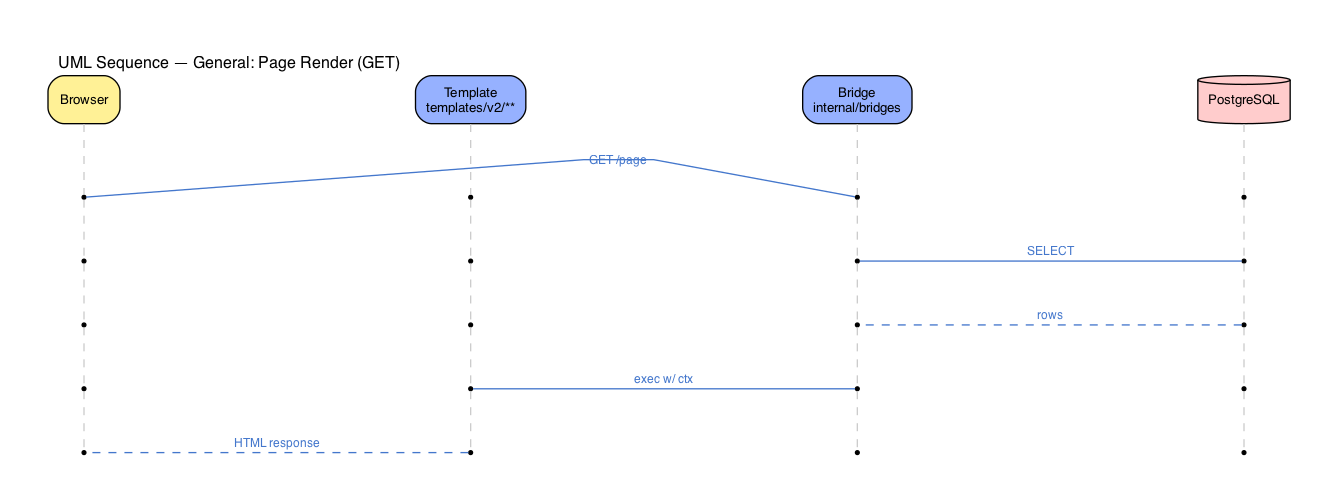
This is docs/flow_general.png from CFF4HA/Dashboard, a Graphviz export, as it was before one commit. Its source is kept beside it as docs/flow_general.dot.
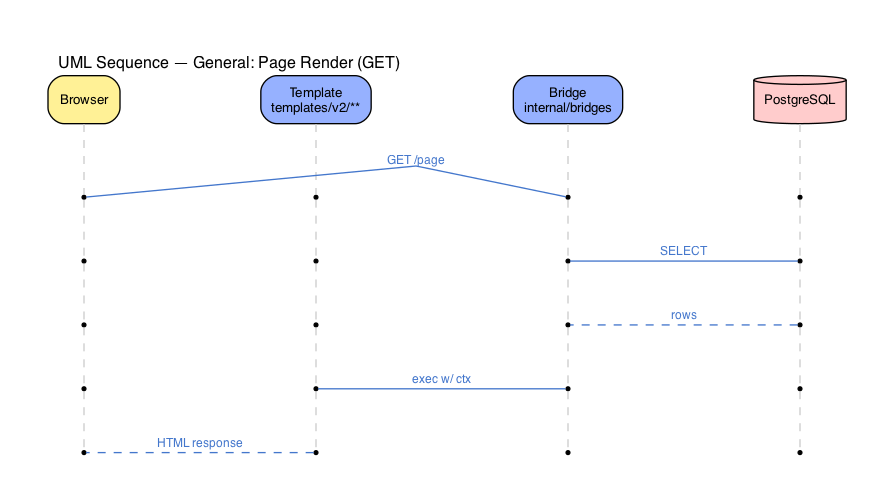
The same diagram one commit later.

The edit, as a diff of the source:
```diff
@@ -4,8 +4,8 @@
     label="UML Sequence — General: Page Render (GET)",
     labelloc=t, labeljust=l,
     fontname="Helvetica", fontsize=12,
-    nodesep=2.0, ranksep=0.6,
-    splines=polyline, pad=0.5
+    nodesep=1.2, ranksep=0.6,
+    splines=line, pad=0.5
   ]
   node [fontname="Helvetica", fontsize=10, height=0.5]
   edge [fontname="Helvetica", fontsize=9, arrowsize=0.75]
@@ -32,9 +32,9 @@
   { rank=same; b4; r4; d4; t4 }
 
   edge [constraint=false, fontsize=9]
-  b0 -> r0 [label="  GET /page  ",     style=solid,  color="#4477CC", fontcolor="#4477CC"]
-  r1 -> d1 [label="  SELECT  ",        style=solid,  color="#4477CC", fontcolor="#4477CC"]
-  d2 -> r2 [label="  rows  ",          style=dashed, color="#4477CC", fontcolor="#4477CC"]
-  r3 -> t3 [label="  exec w/ ctx  ",   style=solid,  color="#4477CC", fontcolor="#4477CC"]
-  t4 -> b4 [label="  HTML response  ", style=dashed, color="#4477CC", fontcolor="#4477CC"]
+  b0 -> r0 [label="  GET /page  \n",     style=solid,  color="#4477CC", fontcolor="#4477CC"]
+  r1 -> d1 [label="  SELECT  \n",        style=solid,  color="#4477CC", fontcolor="#4477CC"]
+  d2 -> r2 [label="  rows  \n",          style=dashed, color="#4477CC", fontcolor="#4477CC"]
+  r3 -> t3 [label="  exec w/ ctx  \n",   style=solid,  color="#4477CC", fontcolor="#4477CC"]
+  t4 -> b4 [label="  HTML response  \n", style=dashed, color="#4477CC", fontcolor="#4477CC"]
 }
```
